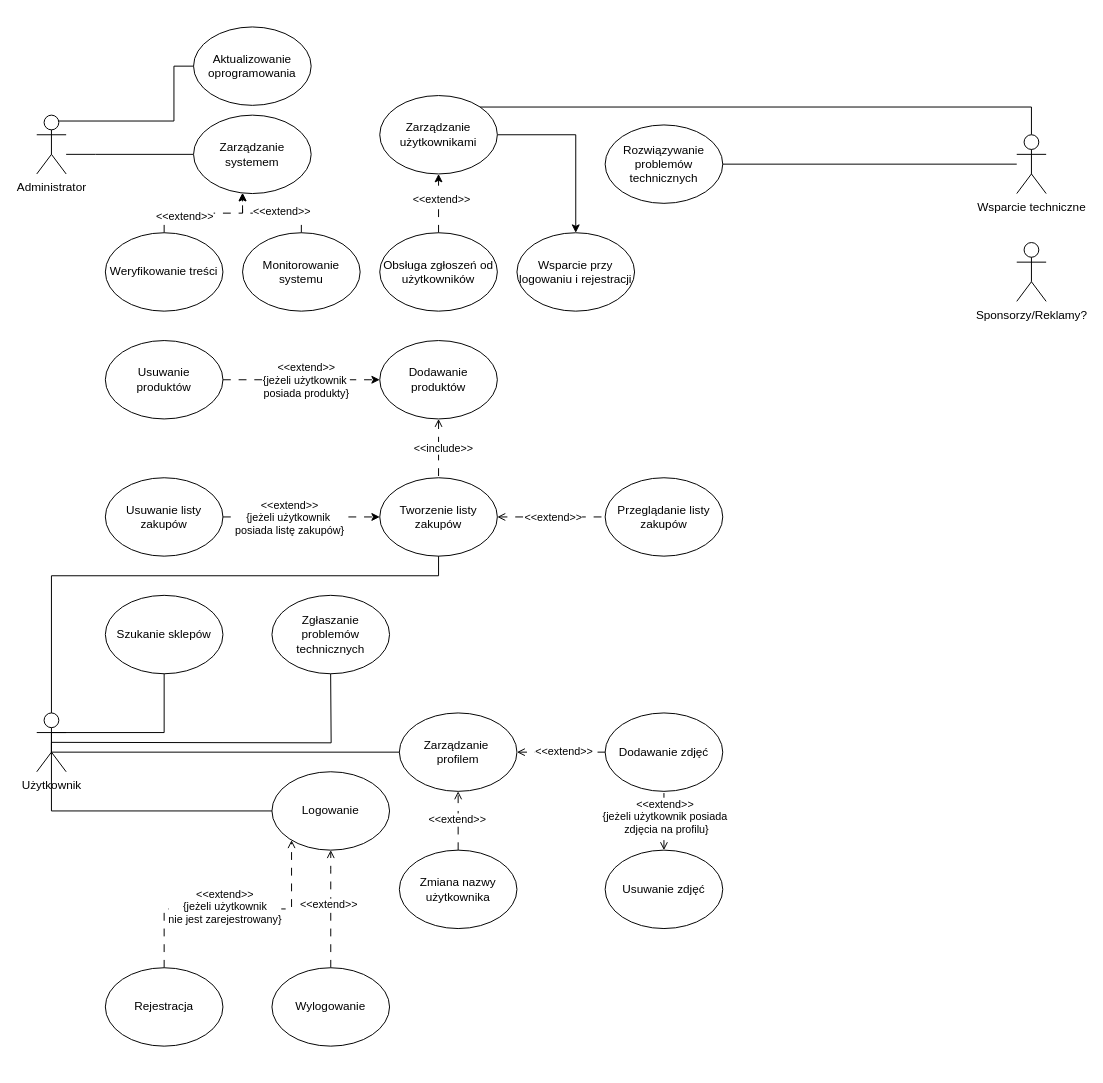
This is Untitled Diagram.drawio from przemekszw/ReactApp, a draw.io file, before an edit. Source tidied: cells renumbered, new cells numbered last; positions are measured from the earlier drawing's top-left corner, leaving out a move shared by most shapes. Both pictures are drawn from the tidied source at 98%, with x=0, y=0 at pixel (36, 26).
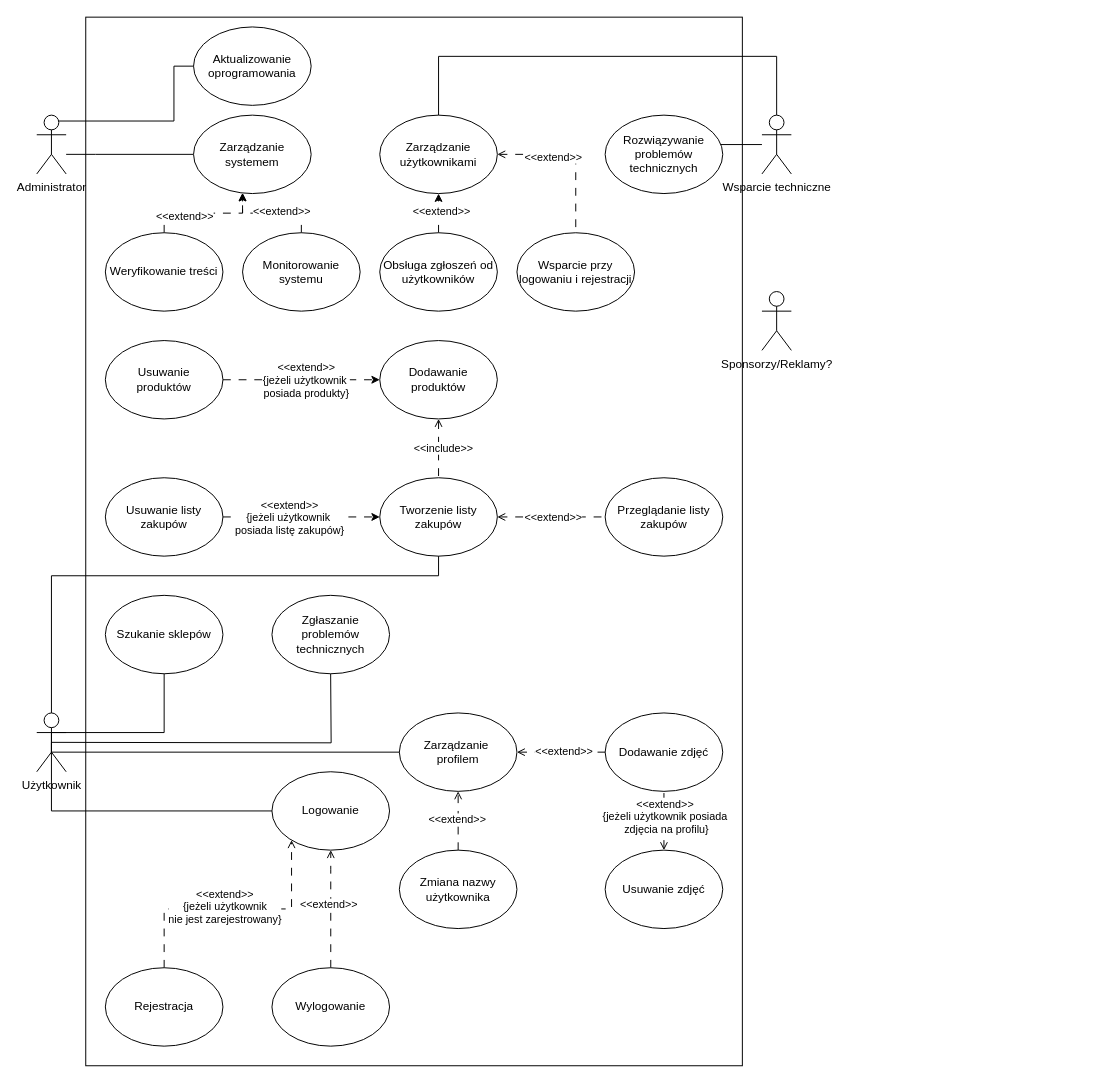
The same page after the edit.

The change refers to these unchanged cells:
```xml
<mxCell id="35" value="Wsparcie przy logowaniu i rejestracji" style="ellipse;whiteSpace=wrap;html=1;" parent="1" vertex="1">
  <mxGeometry x="490" y="210" width="120" height="80" as="geometry" />
</mxCell>
```

Change to the diagram source:
```diff
@@
+    <mxCell id="62" style="rounded=0;whiteSpace=wrap;html=1;" parent="1" vertex="1">
+      <mxGeometry x="50" y="-10" width="670" height="1070" as="geometry" />
+    </mxCell>
@@
-    <mxCell id="21" style="edgeStyle=orthogonalEdgeStyle;rounded=0;jettySize=auto;html=1;" parent="1" edge="1" source="22" target="35">
+    <mxCell id="21" style="edgeStyle=orthogonalEdgeStyle;rounded=0;jettySize=auto;html=1;startArrow=open;startFill=0;endArrow=none;endFill=0;dashed=1;dashPattern=8 8;" parent="1" edge="1" source="22" target="35">
       <mxGeometry relative="1" as="geometry" />
     </mxCell>
+    <mxCell id="63" value="&lt;div style=&quot;font-size: 11px;&quot;&gt;&lt;font style=&quot;font-size: 11px;&quot;&gt;&amp;lt;&amp;lt;extend&amp;gt;&amp;gt;&lt;/font&gt;&lt;/div&gt;" style="edgeLabel;html=1;align=center;verticalAlign=middle;fontSize=12;" parent="21" vertex="1">
+      <mxGeometry x="-0.3" y="-2" relative="1" as="geometry" />
+    </mxCell>
     <mxCell id="22" value="Zarządzanie użytkownikami" style="ellipse;whiteSpace=wrap;html=1;" parent="1" vertex="1">
-      <mxGeometry x="350" y="70" width="120" height="80" as="geometry" />
+      <mxGeometry x="350" y="90" width="120" height="80" as="geometry" />
     </mxCell>
@@
     <mxCell id="27" style="edgeStyle=orthogonalEdgeStyle;rounded=0;jettySize=auto;html=1;endArrow=none;endFill=0;" parent="1" edge="1" source="29" target="34">
-      <mxGeometry relative="1" as="geometry" />
+      <mxGeometry relative="1" as="geometry">
+        <Array as="points">
+          <mxPoint x="750" y="130" />
+          <mxPoint x="750" y="130" />
+        </Array>
+      </mxGeometry>
     </mxCell>
-    <mxCell id="28" style="edgeStyle=orthogonalEdgeStyle;rounded=0;jettySize=auto;html=1;exitX=0.5;exitY=0;exitDx=0;exitDy=0;exitPerimeter=0;entryX=1;entryY=0;entryDx=0;entryDy=0;endArrow=none;endFill=0;" parent="1" edge="1" source="29" target="22">
-      <mxGeometry relative="1" as="geometry" />
+    <mxCell id="28" style="edgeStyle=orthogonalEdgeStyle;rounded=0;jettySize=auto;html=1;exitX=0.5;exitY=0;exitDx=0;exitDy=0;exitPerimeter=0;entryX=0.5;entryY=0;entryDx=0;entryDy=0;endArrow=none;endFill=0;" parent="1" edge="1" source="29" target="22">
+      <mxGeometry relative="1" as="geometry">
+        <Array as="points">
+          <mxPoint x="755" y="30" />
+          <mxPoint x="410" y="30" />
+        </Array>
+      </mxGeometry>
     </mxCell>
     <mxCell id="29" value="&lt;div&gt;Wsparcie techniczne&lt;/div&gt;" style="shape=umlActor;verticalLabelPosition=bottom;verticalAlign=top;html=1;outlineConnect=0;" parent="1" vertex="1">
-      <mxGeometry x="1000" y="110" width="30" height="60" as="geometry" />
+      <mxGeometry x="740" y="90" width="30" height="60" as="geometry" />
     </mxCell>
     <mxCell id="30" value="&lt;div&gt;Sponsorzy/Reklamy?&lt;/div&gt;" style="shape=umlActor;verticalLabelPosition=bottom;verticalAlign=top;html=1;" parent="1" vertex="1">
-      <mxGeometry x="1000" y="220" width="30" height="60" as="geometry" />
+      <mxGeometry x="740" y="270" width="30" height="60" as="geometry" />
     </mxCell>
@@
     <mxCell id="34" value="Rozwiązywanie problemów technicznych" style="ellipse;whiteSpace=wrap;html=1;" parent="1" vertex="1">
-      <mxGeometry x="580" y="100" width="120" height="80" as="geometry" />
+      <mxGeometry x="580" y="90" width="120" height="80" as="geometry" />
     </mxCell>
```
